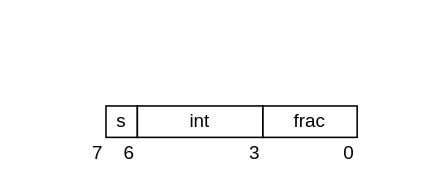
This is fixed_point.drawio from AurelieSa/draw_io, a draw.io file, before an edit. Source tidied: cells renumbered, new cells numbered last; positions are measured from the earlier drawing's top-left corner, leaving out a move shared by most shapes. Both pictures are drawn from the tidied source at 157%, with x=0, y=0 at pixel (89, 105).
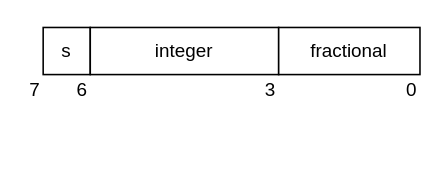
The same page after the edit.

What changed in the source:
```diff
@@
 <mxGraphModel>
   <root>
     <mxCell id="0" />
     <mxCell id="1" parent="0" />
     <mxCell id="2" value="s" style="rounded=0;whiteSpace=wrap;html=1;" parent="1" vertex="1">
-      <mxGeometry x="10" width="20" height="20" as="geometry" />
+      <mxGeometry x="-30" y="-50" width="30" height="30" as="geometry" />
     </mxCell>
-    <mxCell id="3" value="int" style="rounded=0;whiteSpace=wrap;html=1;" parent="1" vertex="1">
-      <mxGeometry x="30" width="80" height="20" as="geometry" />
+    <mxCell id="3" value="integer" style="rounded=0;whiteSpace=wrap;html=1;" parent="1" vertex="1">
+      <mxGeometry y="-50" width="120" height="30" as="geometry" />
     </mxCell>
-    <mxCell id="4" value="frac" style="rounded=0;whiteSpace=wrap;html=1;" parent="1" vertex="1">
-      <mxGeometry x="110" width="60" height="20" as="geometry" />
+    <mxCell id="4" value="fractional" style="rounded=0;whiteSpace=wrap;html=1;" parent="1" vertex="1">
+      <mxGeometry x="120" y="-50" width="90" height="30" as="geometry" />
     </mxCell>
     <mxCell id="5" value="0" style="text;html=1;align=center;verticalAlign=middle;whiteSpace=wrap;rounded=0;" parent="1" vertex="1">
-      <mxGeometry x="160" y="25" width="10" height="10" as="geometry" />
+      <mxGeometry x="200" y="-15" width="10" height="10" as="geometry" />
     </mxCell>
     <mxCell id="6" value="7" style="text;html=1;align=center;verticalAlign=middle;whiteSpace=wrap;rounded=0;" parent="1" vertex="1">
-      <mxGeometry y="25" width="10" height="10" as="geometry" />
+      <mxGeometry x="-40" y="-15" width="10" height="10" as="geometry" />
     </mxCell>
     <mxCell id="7" value="6" style="text;html=1;align=center;verticalAlign=middle;whiteSpace=wrap;rounded=0;" parent="1" vertex="1">
-      <mxGeometry x="20" y="25" width="10" height="10" as="geometry" />
+      <mxGeometry x="-10" y="-15" width="10" height="10" as="geometry" />
     </mxCell>
     <mxCell id="8" value="3" style="text;html=1;align=center;verticalAlign=middle;whiteSpace=wrap;rounded=0;" parent="1" vertex="1">
-      <mxGeometry x="100" y="25" width="10" height="10" as="geometry" />
+      <mxGeometry x="110" y="-15" width="10" height="10" as="geometry" />
     </mxCell>
   </root>
 </mxGraphModel>
```
